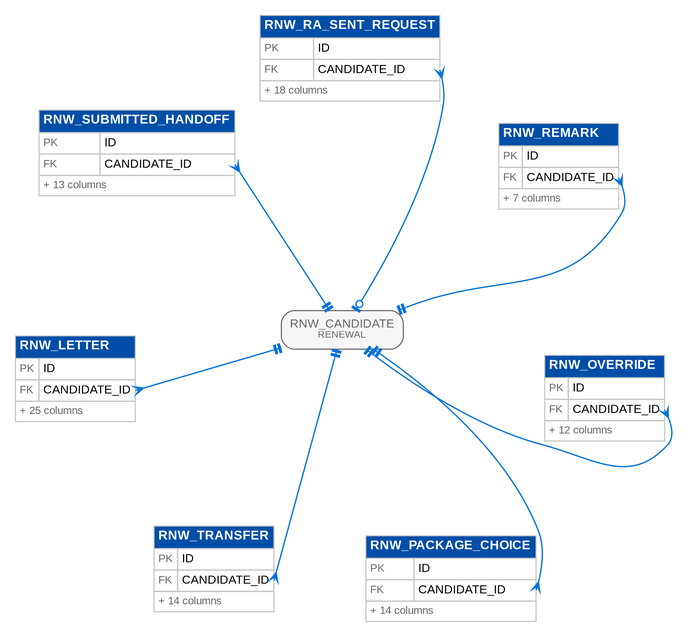
Above: docs/deliverables/src/programme/security_data/figures/erd/d11_renewal_3.png in IortaTexhNXT-DEV/FinVerse (Graphviz), before the change. Its source is kept beside it as docs/deliverables/src/programme/security_data/figures/erd/d11_renewal_3.dot. Its diagram source:
```dot
digraph erd {
  graph [layout=neato, overlap=prism, overlap_scaling=-4, sep="+12", splines=true, fontname="Arial", nodesep=0.3, ranksep=0.8, pad=0.2, bgcolor="white"];
  node [shape=plain, fontname="Arial"];
  edge [color="@CTA_BLUE", arrowsize=0.8, penwidth=1.2, dir=both];
  "rnw_letter" [label=<<table border="0" cellborder="1" cellspacing="0" cellpadding="3" color="@BORDER"><tr><td bgcolor="@HEADER_BLUE" align="left" colspan="2"><font color="@WHITE" point-size="12"><b>RNW_LETTER</b></font></td></tr><tr><td align="left"><font point-size="10" color="@MUTED">PK</font></td><td align="left" port="id"><font point-size="11">ID</font></td></tr><tr><td align="left"><font point-size="10" color="@MUTED">FK</font></td><td align="left" port="candidate_id"><font point-size="11">CANDIDATE_ID</font></td></tr><tr><td colspan="2" align="left"><font point-size="10" color="@MUTED">+ 25 columns</font></td></tr></table>>];
  "rnw_override" [label=<<table border="0" cellborder="1" cellspacing="0" cellpadding="3" color="@BORDER"><tr><td bgcolor="@HEADER_BLUE" align="left" colspan="2"><font color="@WHITE" point-size="12"><b>RNW_OVERRIDE</b></font></td></tr><tr><td align="left"><font point-size="10" color="@MUTED">PK</font></td><td align="left" port="id"><font point-size="11">ID</font></td></tr><tr><td align="left"><font point-size="10" color="@MUTED">FK</font></td><td align="left" port="candidate_id"><font point-size="11">CANDIDATE_ID</font></td></tr><tr><td colspan="2" align="left"><font point-size="10" color="@MUTED">+ 12 columns</font></td></tr></table>>];
  "rnw_package_choice" [label=<<table border="0" cellborder="1" cellspacing="0" cellpadding="3" color="@BORDER"><tr><td bgcolor="@HEADER_BLUE" align="left" colspan="2"><font color="@WHITE" point-size="12"><b>RNW_PACKAGE_CHOICE</b></font></td></tr><tr><td align="left"><font point-size="10" color="@MUTED">PK</font></td><td align="left" port="id"><font point-size="11">ID</font></td></tr><tr><td align="left"><font point-size="10" color="@MUTED">FK</font></td><td align="left" port="candidate_id"><font point-size="11">CANDIDATE_ID</font></td></tr><tr><td colspan="2" align="left"><font point-size="10" color="@MUTED">+ 14 columns</font></td></tr></table>>];
  "rnw_ra_sent_request" [label=<<table border="0" cellborder="1" cellspacing="0" cellpadding="3" color="@BORDER"><tr><td bgcolor="@HEADER_BLUE" align="left" colspan="2"><font color="@WHITE" point-size="12"><b>RNW_RA_SENT_REQUEST</b></font></td></tr><tr><td align="left"><font point-size="10" color="@MUTED">PK</font></td><td align="left" port="id"><font point-size="11">ID</font></td></tr><tr><td align="left"><font point-size="10" color="@MUTED">FK</font></td><td align="left" port="candidate_id"><font point-size="11">CANDIDATE_ID</font></td></tr><tr><td colspan="2" align="left"><font point-size="10" color="@MUTED">+ 18 columns</font></td></tr></table>>];
  "rnw_remark" [label=<<table border="0" cellborder="1" cellspacing="0" cellpadding="3" color="@BORDER"><tr><td bgcolor="@HEADER_BLUE" align="left" colspan="2"><font color="@WHITE" point-size="12"><b>RNW_REMARK</b></font></td></tr><tr><td align="left"><font point-size="10" color="@MUTED">PK</font></td><td align="left" port="id"><font point-size="11">ID</font></td></tr><tr><td align="left"><font point-size="10" color="@MUTED">FK</font></td><td align="left" port="candidate_id"><font point-size="11">CANDIDATE_ID</font></td></tr><tr><td colspan="2" align="left"><font point-size="10" color="@MUTED">+ 7 columns</font></td></tr></table>>];
  "rnw_submitted_handoff" [label=<<table border="0" cellborder="1" cellspacing="0" cellpadding="3" color="@BORDER"><tr><td bgcolor="@HEADER_BLUE" align="left" colspan="2"><font color="@WHITE" point-size="12"><b>RNW_SUBMITTED_HANDOFF</b></font></td></tr><tr><td align="left"><font point-size="10" color="@MUTED">PK</font></td><td align="left" port="id"><font point-size="11">ID</font></td></tr><tr><td align="left"><font point-size="10" color="@MUTED">FK</font></td><td align="left" port="candidate_id"><font point-size="11">CANDIDATE_ID</font></td></tr><tr><td colspan="2" align="left"><font point-size="10" color="@MUTED">+ 13 columns</font></td></tr></table>>];
  "rnw_transfer" [label=<<table border="0" cellborder="1" cellspacing="0" cellpadding="3" color="@BORDER"><tr><td bgcolor="@HEADER_BLUE" align="left" colspan="2"><font color="@WHITE" point-size="12"><b>RNW_TRANSFER</b></font></td></tr><tr><td align="left"><font point-size="10" color="@MUTED">PK</font></td><td align="left" port="id"><font point-size="11">ID</font></td></tr><tr><td align="left"><font point-size="10" color="@MUTED">FK</font></td><td align="left" port="candidate_id"><font point-size="11">CANDIDATE_ID</font></td></tr><tr><td colspan="2" align="left"><font point-size="10" color="@MUTED">+ 14 columns</font></td></tr></table>>];
  "rnw_candidate" [shape=box, style="rounded,filled", fillcolor="@DIRTY_WHITE", color="@MUTED", fontsize=11, label=<<font color="@MUTED">RNW_CANDIDATE<br/><font point-size="9">RENEWAL</font></font>>];
  "rnw_letter":"candidate_id" -> "rnw_candidate" [arrowtail=crow, arrowhead=teetee];
  "rnw_override":"candidate_id" -> "rnw_candidate" [arrowtail=crow, arrowhead=teetee];
  "rnw_package_choice":"candidate_id" -> "rnw_candidate" [arrowtail=crow, arrowhead=teetee];
  "rnw_ra_sent_request":"candidate_id" -> "rnw_candidate" [arrowtail=crow, arrowhead=teeodot];
  "rnw_remark":"candidate_id" -> "rnw_candidate" [arrowtail=crow, arrowhead=teetee];
  "rnw_submitted_handoff":"candidate_id" -> "rnw_candidate" [arrowtail=crow, arrowhead=teetee];
  "rnw_transfer":"candidate_id" -> "rnw_candidate" [arrowtail=crow, arrowhead=teetee];
}
```
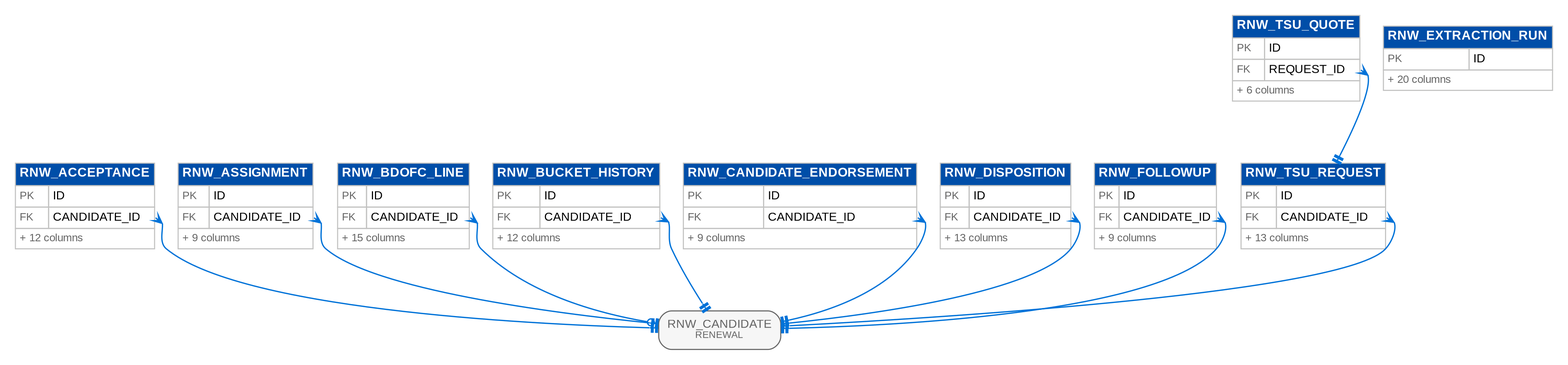
After the change.

Diff of the diagram source:
```diff
@@ -1,20 +1,25 @@
 digraph erd {
-  graph [layout=neato, overlap=prism, overlap_scaling=-4, sep="+12", splines=true, fontname="Arial", nodesep=0.3, ranksep=0.8, pad=0.2, bgcolor="white"];
+  graph [rankdir=TB, fontname="Arial", nodesep=0.3, ranksep=0.8, pad=0.2, bgcolor="white"];
   node [shape=plain, fontname="Arial"];
   edge [color="@CTA_BLUE", arrowsize=0.8, penwidth=1.2, dir=both];
-  "rnw_letter" [label=<<table border="0" cellborder="1" cellspacing="0" cellpadding="3" color="@BORDER"><tr><td bgcolor="@HEADER_BLUE" align="left" colspan="2"><font color="@WHITE" point-size="12"><b>RNW_LETTER</b></font></td></tr><tr><td align="left"><font point-size="10" color="@MUTED">PK</font></td><td align="left" port="id"><font point-size="11">ID</font></td></tr><tr><td align="left"><font point-size="10" color="@MUTED">FK</font></td><td align="left" port="candidate_id"><font point-size="11">CANDIDATE_ID</font></td></tr><tr><td colspan="2" align="left"><font point-size="10" color="@MUTED">+ 25 columns</font></td></tr></table>>];
-  "rnw_override" [label=<<table border="0" cellborder="1" cellspacing="0" cellpadding="3" color="@BORDER"><tr><td bgcolor="@HEADER_BLUE" align="left" colspan="2"><font color="@WHITE" point-size="12"><b>RNW_OVERRIDE</b></font></td></tr><tr><td align="left"><font point-size="10" color="@MUTED">PK</font></td><td align="left" port="id"><font point-size="11">ID</font></td></tr><tr><td align="left"><font point-size="10" color="@MUTED">FK</font></td><td align="left" port="candidate_id"><font point-size="11">CANDIDATE_ID</font></td></tr><tr><td colspan="2" align="left"><font point-size="10" color="@MUTED">+ 12 columns</font></td></tr></table>>];
-  "rnw_package_choice" [label=<<table border="0" cellborder="1" cellspacing="0" cellpadding="3" color="@BORDER"><tr><td bgcolor="@HEADER_BLUE" align="left" colspan="2"><font color="@WHITE" point-size="12"><b>RNW_PACKAGE_CHOICE</b></font></td></tr><tr><td align="left"><font point-size="10" color="@MUTED">PK</font></td><td align="left" port="id"><font point-size="11">ID</font></td></tr><tr><td align="left"><font point-size="10" color="@MUTED">FK</font></td><td align="left" port="candidate_id"><font point-size="11">CANDIDATE_ID</font></td></tr><tr><td colspan="2" align="left"><font point-size="10" color="@MUTED">+ 14 columns</font></td></tr></table>>];
-  "rnw_ra_sent_request" [label=<<table border="0" cellborder="1" cellspacing="0" cellpadding="3" color="@BORDER"><tr><td bgcolor="@HEADER_BLUE" align="left" colspan="2"><font color="@WHITE" point-size="12"><b>RNW_RA_SENT_REQUEST</b></font></td></tr><tr><td align="left"><font point-size="10" color="@MUTED">PK</font></td><td align="left" port="id"><font point-size="11">ID</font></td></tr><tr><td align="left"><font point-size="10" color="@MUTED">FK</font></td><td align="left" port="candidate_id"><font point-size="11">CANDIDATE_ID</font></td></tr><tr><td colspan="2" align="left"><font point-size="10" color="@MUTED">+ 18 columns</font></td></tr></table>>];
-  "rnw_remark" [label=<<table border="0" cellborder="1" cellspacing="0" cellpadding="3" color="@BORDER"><tr><td bgcolor="@HEADER_BLUE" align="left" colspan="2"><font color="@WHITE" point-size="12"><b>RNW_REMARK</b></font></td></tr><tr><td align="left"><font point-size="10" color="@MUTED">PK</font></td><td align="left" port="id"><font point-size="11">ID</font></td></tr><tr><td align="left"><font point-size="10" color="@MUTED">FK</font></td><td align="left" port="candidate_id"><font point-size="11">CANDIDATE_ID</font></td></tr><tr><td colspan="2" align="left"><font point-size="10" color="@MUTED">+ 7 columns</font></td></tr></table>>];
-  "rnw_submitted_handoff" [label=<<table border="0" cellborder="1" cellspacing="0" cellpadding="3" color="@BORDER"><tr><td bgcolor="@HEADER_BLUE" align="left" colspan="2"><font color="@WHITE" point-size="12"><b>RNW_SUBMITTED_HANDOFF</b></font></td></tr><tr><td align="left"><font point-size="10" color="@MUTED">PK</font></td><td align="left" port="id"><font point-size="11">ID</font></td></tr><tr><td align="left"><font point-size="10" color="@MUTED">FK</font></td><td align="left" port="candidate_id"><font point-size="11">CANDIDATE_ID</font></td></tr><tr><td colspan="2" align="left"><font point-size="10" color="@MUTED">+ 13 columns</font></td></tr></table>>];
-  "rnw_transfer" [label=<<table border="0" cellborder="1" cellspacing="0" cellpadding="3" color="@BORDER"><tr><td bgcolor="@HEADER_BLUE" align="left" colspan="2"><font color="@WHITE" point-size="12"><b>RNW_TRANSFER</b></font></td></tr><tr><td align="left"><font point-size="10" color="@MUTED">PK</font></td><td align="left" port="id"><font point-size="11">ID</font></td></tr><tr><td align="left"><font point-size="10" color="@MUTED">FK</font></td><td align="left" port="candidate_id"><font point-size="11">CANDIDATE_ID</font></td></tr><tr><td colspan="2" align="left"><font point-size="10" color="@MUTED">+ 14 columns</font></td></tr></table>>];
+  "rnw_acceptance" [label=<<table border="0" cellborder="1" cellspacing="0" cellpadding="3" color="@BORDER"><tr><td bgcolor="@HEADER_BLUE" align="left" colspan="2"><font color="@WHITE" point-size="12"><b>RNW_ACCEPTANCE</b></font></td></tr><tr><td align="left"><font point-size="10" color="@MUTED">PK</font></td><td align="left" port="id"><font point-size="11">ID</font></td></tr><tr><td align="left"><font point-size="10" color="@MUTED">FK</font></td><td align="left" port="candidate_id"><font point-size="11">CANDIDATE_ID</font></td></tr><tr><td colspan="2" align="left"><font point-size="10" color="@MUTED">+ 12 columns</font></td></tr></table>>];
+  "rnw_assignment" [label=<<table border="0" cellborder="1" cellspacing="0" cellpadding="3" color="@BORDER"><tr><td bgcolor="@HEADER_BLUE" align="left" colspan="2"><font color="@WHITE" point-size="12"><b>RNW_ASSIGNMENT</b></font></td></tr><tr><td align="left"><font point-size="10" color="@MUTED">PK</font></td><td align="left" port="id"><font point-size="11">ID</font></td></tr><tr><td align="left"><font point-size="10" color="@MUTED">FK</font></td><td align="left" port="candidate_id"><font point-size="11">CANDIDATE_ID</font></td></tr><tr><td colspan="2" align="left"><font point-size="10" color="@MUTED">+ 9 columns</font></td></tr></table>>];
+  "rnw_bdofc_line" [label=<<table border="0" cellborder="1" cellspacing="0" cellpadding="3" color="@BORDER"><tr><td bgcolor="@HEADER_BLUE" align="left" colspan="2"><font color="@WHITE" point-size="12"><b>RNW_BDOFC_LINE</b></font></td></tr><tr><td align="left"><font point-size="10" color="@MUTED">PK</font></td><td align="left" port="id"><font point-size="11">ID</font></td></tr><tr><td align="left"><font point-size="10" color="@MUTED">FK</font></td><td align="left" port="candidate_id"><font point-size="11">CANDIDATE_ID</font></td></tr><tr><td colspan="2" align="left"><font point-size="10" color="@MUTED">+ 15 columns</font></td></tr></table>>];
+  "rnw_bucket_history" [label=<<table border="0" cellborder="1" cellspacing="0" cellpadding="3" color="@BORDER"><tr><td bgcolor="@HEADER_BLUE" align="left" colspan="2"><font color="@WHITE" point-size="12"><b>RNW_BUCKET_HISTORY</b></font></td></tr><tr><td align="left"><font point-size="10" color="@MUTED">PK</font></td><td align="left" port="id"><font point-size="11">ID</font></td></tr><tr><td align="left"><font point-size="10" color="@MUTED">FK</font></td><td align="left" port="candidate_id"><font point-size="11">CANDIDATE_ID</font></td></tr><tr><td colspan="2" align="left"><font point-size="10" color="@MUTED">+ 12 columns</font></td></tr></table>>];
+  "rnw_candidate_endorsement" [label=<<table border="0" cellborder="1" cellspacing="0" cellpadding="3" color="@BORDER"><tr><td bgcolor="@HEADER_BLUE" align="left" colspan="2"><font color="@WHITE" point-size="12"><b>RNW_CANDIDATE_ENDORSEMENT</b></font></td></tr><tr><td align="left"><font point-size="10" color="@MUTED">PK</font></td><td align="left" port="id"><font point-size="11">ID</font></td></tr><tr><td align="left"><font point-size="10" color="@MUTED">FK</font></td><td align="left" port="candidate_id"><font point-size="11">CANDIDATE_ID</font></td></tr><tr><td colspan="2" align="left"><font point-size="10" color="@MUTED">+ 9 columns</font></td></tr></table>>];
+  "rnw_disposition" [label=<<table border="0" cellborder="1" cellspacing="0" cellpadding="3" color="@BORDER"><tr><td bgcolor="@HEADER_BLUE" align="left" colspan="2"><font color="@WHITE" point-size="12"><b>RNW_DISPOSITION</b></font></td></tr><tr><td align="left"><font point-size="10" color="@MUTED">PK</font></td><td align="left" port="id"><font point-size="11">ID</font></td></tr><tr><td align="left"><font point-size="10" color="@MUTED">FK</font></td><td align="left" port="candidate_id"><font point-size="11">CANDIDATE_ID</font></td></tr><tr><td colspan="2" align="left"><font point-size="10" color="@MUTED">+ 13 columns</font></td></tr></table>>];
+  "rnw_extraction_run" [label=<<table border="0" cellborder="1" cellspacing="0" cellpadding="3" color="@BORDER"><tr><td bgcolor="@HEADER_BLUE" align="left" colspan="2"><font color="@WHITE" point-size="12"><b>RNW_EXTRACTION_RUN</b></font></td></tr><tr><td align="left"><font point-size="10" color="@MUTED">PK</font></td><td align="left" port="id"><font point-size="11">ID</font></td></tr><tr><td colspan="2" align="left"><font point-size="10" color="@MUTED">+ 20 columns</font></td></tr></table>>];
+  "rnw_followup" [label=<<table border="0" cellborder="1" cellspacing="0" cellpadding="3" color="@BORDER"><tr><td bgcolor="@HEADER_BLUE" align="left" colspan="2"><font color="@WHITE" point-size="12"><b>RNW_FOLLOWUP</b></font></td></tr><tr><td align="left"><font point-size="10" color="@MUTED">PK</font></td><td align="left" port="id"><font point-size="11">ID</font></td></tr><tr><td align="left"><font point-size="10" color="@MUTED">FK</font></td><td align="left" port="candidate_id"><font point-size="11">CANDIDATE_ID</font></td></tr><tr><td colspan="2" align="left"><font point-size="10" color="@MUTED">+ 9 columns</font></td></tr></table>>];
+  "rnw_tsu_quote" [label=<<table border="0" cellborder="1" cellspacing="0" cellpadding="3" color="@BORDER"><tr><td bgcolor="@HEADER_BLUE" align="left" colspan="2"><font color="@WHITE" point-size="12"><b>RNW_TSU_QUOTE</b></font></td></tr><tr><td align="left"><font point-size="10" color="@MUTED">PK</font></td><td align="left" port="id"><font point-size="11">ID</font></td></tr><tr><td align="left"><font point-size="10" color="@MUTED">FK</font></td><td align="left" port="request_id"><font point-size="11">REQUEST_ID</font></td></tr><tr><td colspan="2" align="left"><font point-size="10" color="@MUTED">+ 6 columns</font></td></tr></table>>];
+  "rnw_tsu_request" [label=<<table border="0" cellborder="1" cellspacing="0" cellpadding="3" color="@BORDER"><tr><td bgcolor="@HEADER_BLUE" align="left" colspan="2"><font color="@WHITE" point-size="12"><b>RNW_TSU_REQUEST</b></font></td></tr><tr><td align="left"><font point-size="10" color="@MUTED">PK</font></td><td align="left" port="id"><font point-size="11">ID</font></td></tr><tr><td align="left"><font point-size="10" color="@MUTED">FK</font></td><td align="left" port="candidate_id"><font point-size="11">CANDIDATE_ID</font></td></tr><tr><td colspan="2" align="left"><font point-size="10" color="@MUTED">+ 13 columns</font></td></tr></table>>];
   "rnw_candidate" [shape=box, style="rounded,filled", fillcolor="@DIRTY_WHITE", color="@MUTED", fontsize=11, label=<<font color="@MUTED">RNW_CANDIDATE<br/><font point-size="9">RENEWAL</font></font>>];
-  "rnw_letter":"candidate_id" -> "rnw_candidate" [arrowtail=crow, arrowhead=teetee];
-  "rnw_override":"candidate_id" -> "rnw_candidate" [arrowtail=crow, arrowhead=teetee];
-  "rnw_package_choice":"candidate_id" -> "rnw_candidate" [arrowtail=crow, arrowhead=teetee];
-  "rnw_ra_sent_request":"candidate_id" -> "rnw_candidate" [arrowtail=crow, arrowhead=teeodot];
-  "rnw_remark":"candidate_id" -> "rnw_candidate" [arrowtail=crow, arrowhead=teetee];
-  "rnw_submitted_handoff":"candidate_id" -> "rnw_candidate" [arrowtail=crow, arrowhead=teetee];
-  "rnw_transfer":"candidate_id" -> "rnw_candidate" [arrowtail=crow, arrowhead=teetee];
+  "rnw_acceptance":"candidate_id" -> "rnw_candidate" [arrowtail=crow, arrowhead=teetee];
+  "rnw_assignment":"candidate_id" -> "rnw_candidate" [arrowtail=crow, arrowhead=teetee];
+  "rnw_bdofc_line":"candidate_id" -> "rnw_candidate" [arrowtail=crow, arrowhead=teeodot];
+  "rnw_bucket_history":"candidate_id" -> "rnw_candidate" [arrowtail=crow, arrowhead=teetee];
+  "rnw_candidate_endorsement":"candidate_id" -> "rnw_candidate" [arrowtail=crow, arrowhead=teetee];
+  "rnw_disposition":"candidate_id" -> "rnw_candidate" [arrowtail=crow, arrowhead=teetee];
+  "rnw_followup":"candidate_id" -> "rnw_candidate" [arrowtail=crow, arrowhead=teetee];
+  "rnw_tsu_quote":"request_id" -> "rnw_tsu_request" [arrowtail=crow, arrowhead=teetee];
+  "rnw_tsu_request":"candidate_id" -> "rnw_candidate" [arrowtail=crow, arrowhead=teetee];
 }
```
